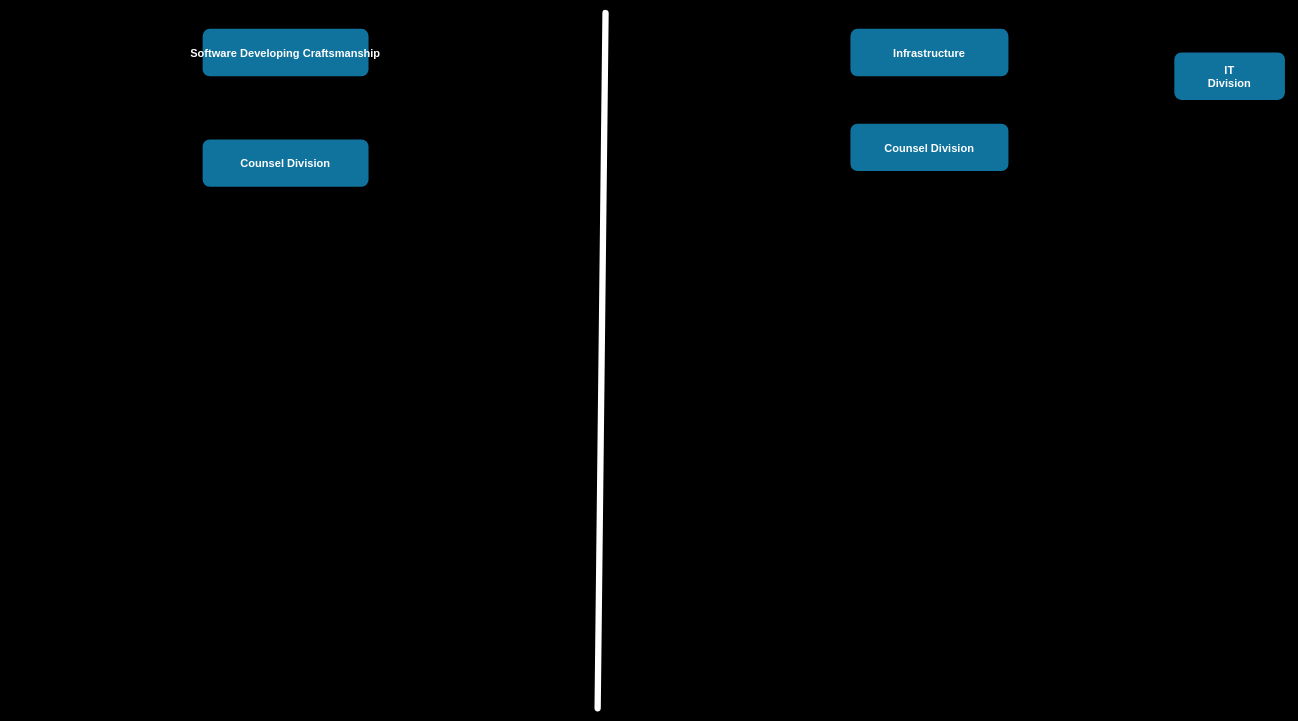
VadymTrofymenko/php-senior-roadmap keeps this draw.io diagram as php-senior-roadmap.drawio. Above is the earlier version. Source tidied: cells renumbered, new cells numbered last; positions are measured from the earlier drawing's top-left corner, leaving out a move shared by most shapes. Both pictures are drawn from the tidied source at 79%, with x=0, y=0 at pixel (202, 13).
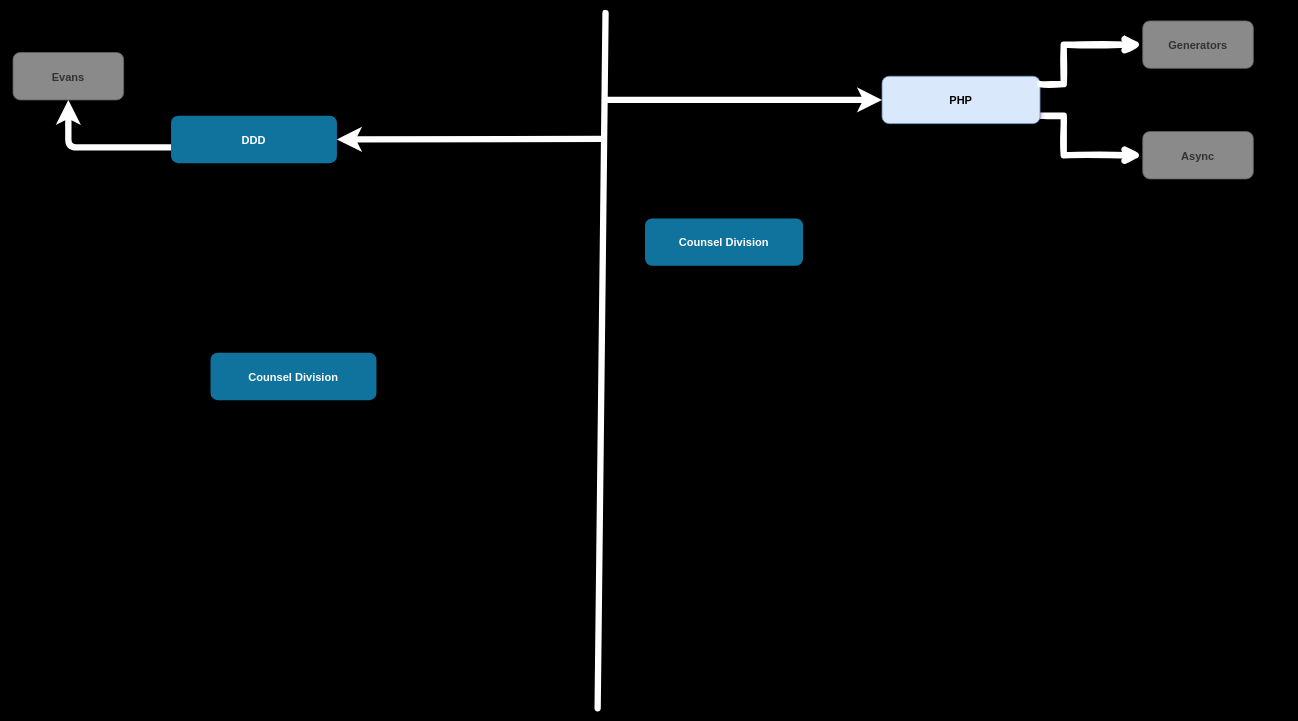
The same page after the edit.

Change to the diagram source:
```diff
@@
+    <mxCell id="8" style="edgeStyle=orthogonalEdgeStyle;rounded=0;sketch=1;jettySize=auto;html=1;shadow=0;strokeColor=#FFFFFF;strokeWidth=8;" parent="1" edge="1" source="2" target="10">
+      <mxGeometry relative="1" as="geometry">
+        <Array as="points">
+          <mxPoint x="1090" y="130" />
+          <mxPoint x="1090" y="180" />
+        </Array>
+      </mxGeometry>
+    </mxCell>
-    <mxCell id="2" value="Infrastructure" style="rounded=1;fillColor=#10739E;strokeColor=none;shadow=1;gradientColor=none;fontStyle=1;fontColor=#FFFFFF;fontSize=14;" parent="1" vertex="1">
-      <mxGeometry x="820" y="20" width="200" height="60" as="geometry" />
+    <mxCell id="2" value="PHP" style="rounded=1;fillColor=#dae8fc;strokeColor=#6c8ebf;shadow=1;fontStyle=1;fontSize=14;" parent="1" vertex="1">
+      <mxGeometry x="860" y="80" width="200" height="60" as="geometry" />
     </mxCell>
-    <mxCell id="3" value="Software Developing Craftsmanship" style="rounded=1;fillColor=#10739E;strokeColor=none;shadow=1;gradientColor=none;fontStyle=1;fontColor=#FFFFFF;fontSize=14;" parent="1" vertex="1">
-      <mxGeometry y="20" width="210" height="60" as="geometry" />
+    <mxCell id="3" value="DDD" style="rounded=1;fillColor=#10739E;strokeColor=none;shadow=1;gradientColor=none;fontStyle=1;fontColor=#FFFFFF;fontSize=14;" parent="1" vertex="1">
+      <mxGeometry x="-40" y="130" width="210" height="60" as="geometry" />
     </mxCell>
     <mxCell id="4" value="Counsel Division" style="rounded=1;fillColor=#10739E;strokeColor=none;shadow=1;gradientColor=none;fontStyle=1;fontColor=#FFFFFF;fontSize=14;" parent="1" vertex="1">
-      <mxGeometry y="160" width="210" height="60" as="geometry" />
+      <mxGeometry x="10" y="430" width="210" height="60" as="geometry" />
     </mxCell>
-    <mxCell id="5" value="IT&#10;Division" style="rounded=1;fillColor=#10739E;strokeColor=none;shadow=1;gradientColor=none;fontStyle=1;fontColor=#FFFFFF;fontSize=14;" parent="1" vertex="1">
-      <mxGeometry x="1230" y="50" width="140" height="60" as="geometry" />
+    <mxCell id="5" value="Generators" style="rounded=1;strokeColor=#666666;shadow=1;fontStyle=1;fontSize=14;fontColor=#333333;fillColor=#8A8A8A;" parent="1" vertex="1">
+      <mxGeometry x="1190" y="10" width="140" height="60" as="geometry" />
     </mxCell>
     <mxCell id="6" value="Counsel Division" style="rounded=1;fillColor=#10739E;strokeColor=none;shadow=1;gradientColor=none;fontStyle=1;fontColor=#FFFFFF;fontSize=14;" parent="1" vertex="1">
-      <mxGeometry x="820" y="140" width="200" height="60" as="geometry" />
+      <mxGeometry x="560" y="260" width="200" height="60" as="geometry" />
     </mxCell>
@@
+    <mxCell id="9" style="endArrow=classic;html=1;shadow=0;strokeColor=#FFFFFF;strokeWidth=8;entryX=0;entryY=0.5;entryDx=0;entryDy=0;" parent="1" edge="1" target="2">
+      <mxGeometry relative="1" as="geometry">
+        <mxPoint x="510" y="110" as="sourcePoint" />
+      </mxGeometry>
+    </mxCell>
+    <mxCell id="10" value="Async" style="rounded=1;strokeColor=#666666;shadow=1;fontStyle=1;fontSize=14;fontColor=#333333;fillColor=#8A8A8A;" parent="1" vertex="1">
+      <mxGeometry x="1190" y="150" width="140" height="60" as="geometry" />
+    </mxCell>
+    <mxCell id="11" style="edgeStyle=orthogonalEdgeStyle;rounded=0;sketch=1;jettySize=auto;html=1;shadow=0;strokeColor=#FFFFFF;strokeWidth=8;entryX=0;entryY=0.5;entryDx=0;entryDy=0;" parent="1" edge="1" target="5">
+      <mxGeometry relative="1" as="geometry">
+        <mxPoint x="1060" y="90" as="sourcePoint" />
+        <Array as="points">
+          <mxPoint x="1090" y="90" />
+          <mxPoint x="1090" y="40" />
+        </Array>
+      </mxGeometry>
+    </mxCell>
+    <mxCell id="12" style="endArrow=classic;html=1;shadow=0;strokeColor=#FFFFFF;strokeWidth=8;entryX=1;entryY=0.5;entryDx=0;entryDy=0;" parent="1" edge="1" target="3">
+      <mxGeometry relative="1" as="geometry">
+        <mxPoint x="510" y="159.4" as="sourcePoint" />
+      </mxGeometry>
+    </mxCell>
+    <mxCell id="13" value="Evans" style="rounded=1;strokeColor=#666666;shadow=1;fontStyle=1;fontSize=14;fontColor=#333333;fillColor=#8A8A8A;" parent="1" vertex="1">
+      <mxGeometry x="-240" y="50" width="140" height="60" as="geometry" />
+    </mxCell>
+    <mxCell id="14" style="endArrow=classic;html=1;shadow=0;strokeColor=#FFFFFF;strokeWidth=8;" parent="1" edge="1">
+      <mxGeometry relative="1" as="geometry">
+        <mxPoint x="-40" y="170" as="sourcePoint" />
+        <mxPoint x="-170" y="110" as="targetPoint" />
+        <Array as="points">
+          <mxPoint x="-170" y="170" />
+        </Array>
+      </mxGeometry>
+    </mxCell>
```
